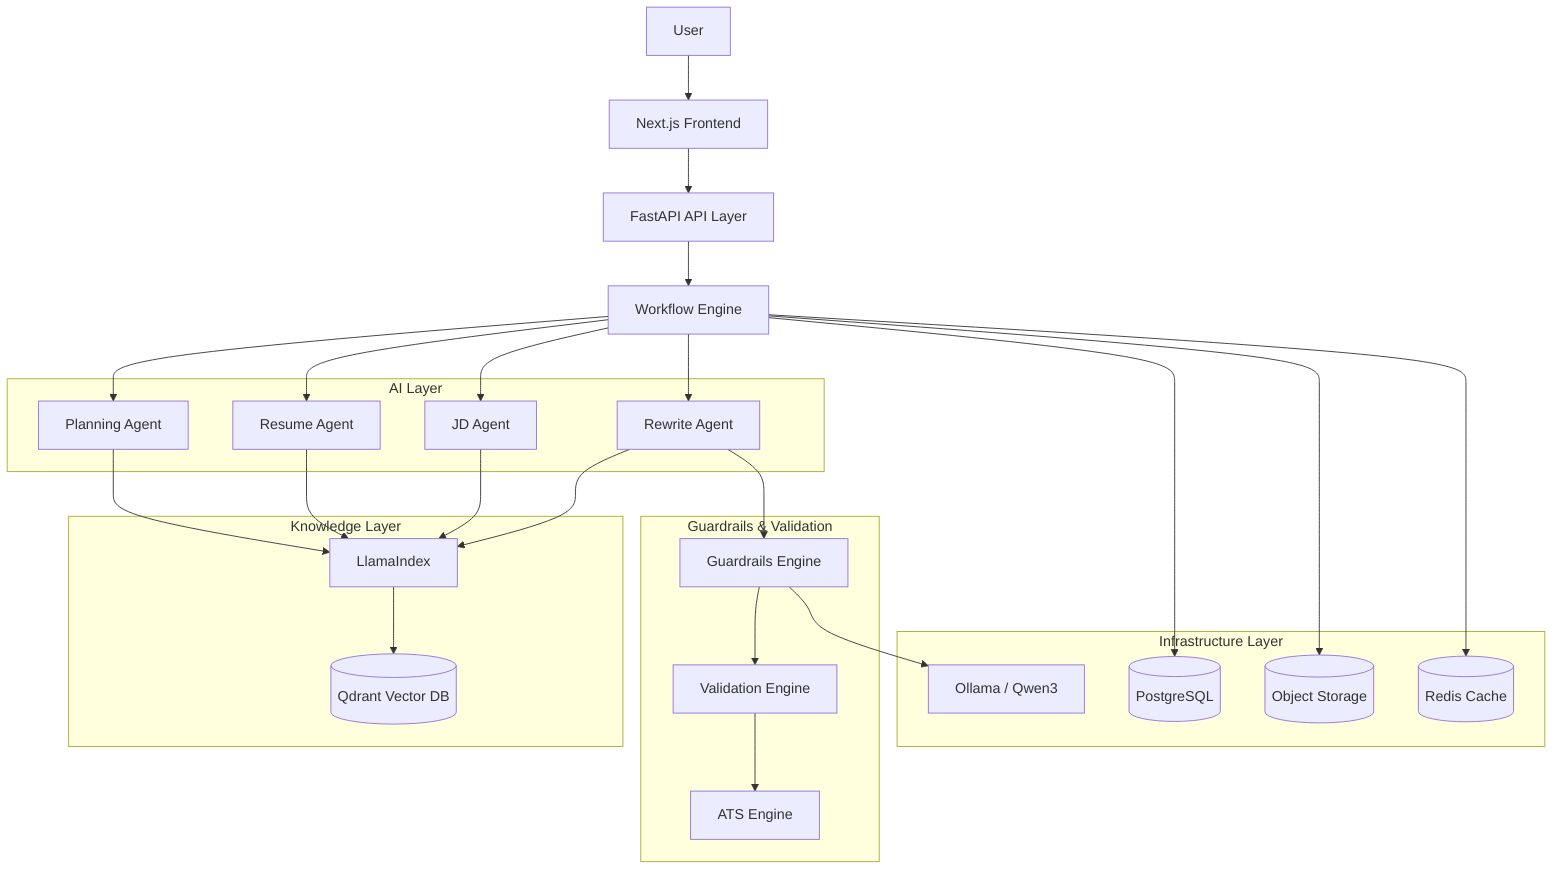
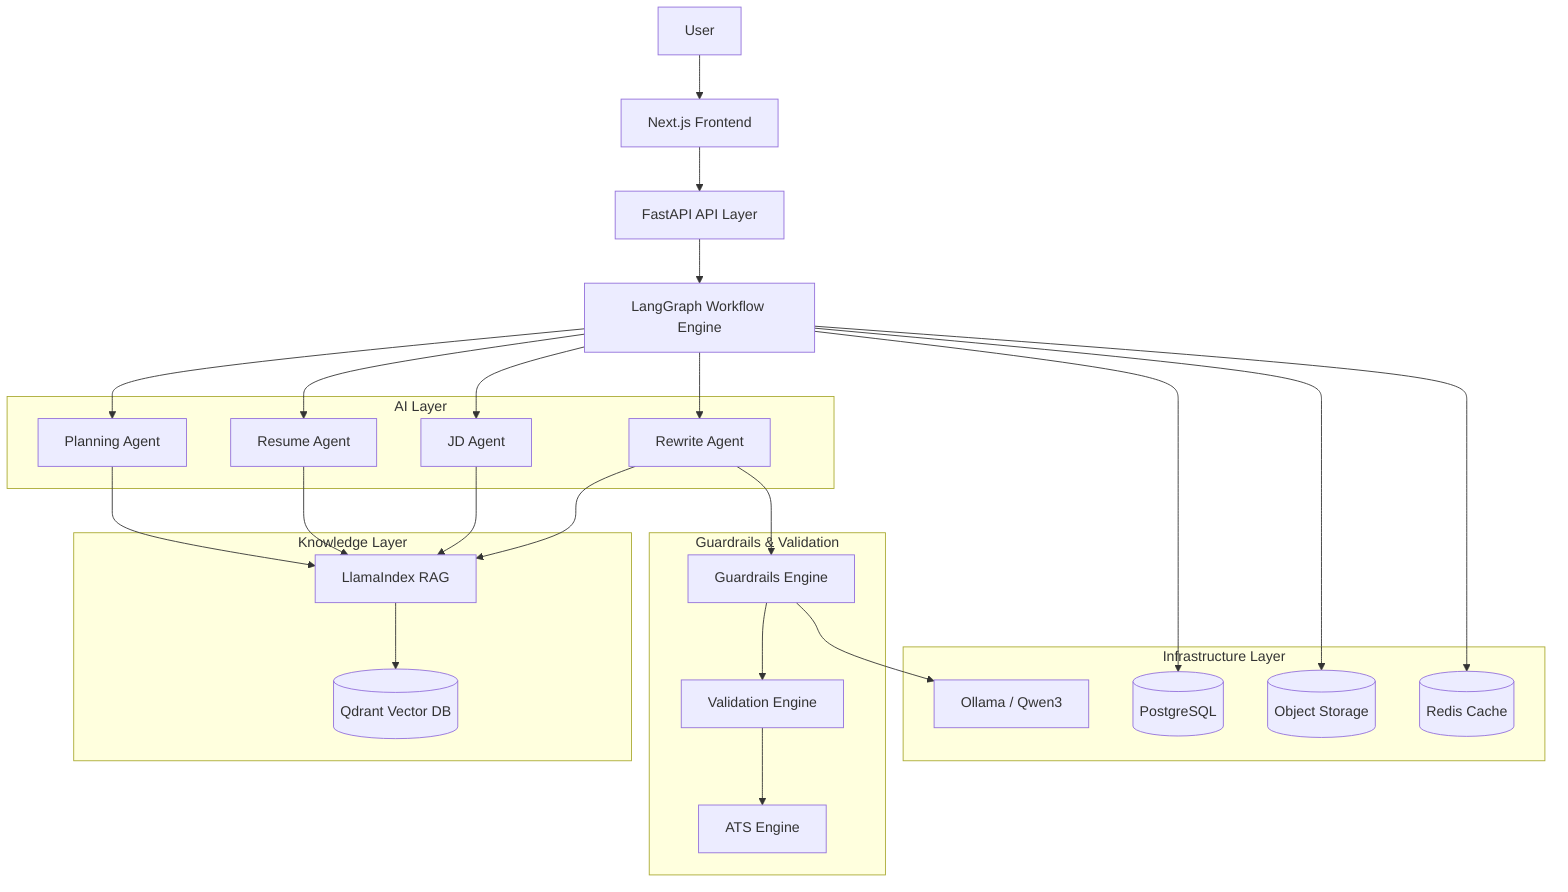
flowchart TB

User[User]

Frontend[Next.js Frontend]

API[FastAPI API Layer]

- Workflow[Workflow Engine]
+ Workflow[LangGraph Workflow Engine]

subgraph AI[AI Layer]
Planner[Planning Agent]
Resume[Resume Agent]
JD[JD Agent]
Rewrite[Rewrite Agent]
end

subgraph Safety[Guardrails & Validation]
Guardrails[Guardrails Engine]
Validator[Validation Engine]
ATS[ATS Engine]
end

subgraph Knowledge[Knowledge Layer]
- Llama[LlamaIndex]
+ Llama[LlamaIndex RAG]
Qdrant[(Qdrant Vector DB)]
end

subgraph Infra[Infrastructure Layer]
Postgres[(PostgreSQL)]
Storage[(Object Storage)]
Redis[(Redis Cache)]
Ollama[Ollama / Qwen3]
end

User --> Frontend

Frontend --> API

API --> Workflow

Workflow --> Planner
Workflow --> Resume
Workflow --> JD
Workflow --> Rewrite

Planner --> Llama
Resume --> Llama
JD --> Llama
Rewrite --> Llama

Llama --> Qdrant

Rewrite --> Guardrails

Guardrails --> Validator

Validator --> ATS

Workflow --> Postgres
Workflow --> Storage
Workflow --> Redis

Guardrails --> Ollama